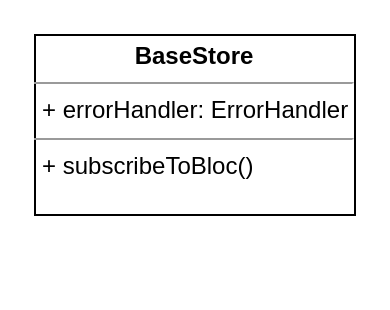
Above: feature/base_store.drawio in ShiryaevNikolay/diagrams (draw.io), before the change. Source tidied: cells renumbered, new cells numbered last; positions are measured from the earlier drawing's top-left corner, leaving out a move shared by most shapes. Both pictures are drawn from the tidied source at 200%, with x=0, y=0 at pixel (34, 34).
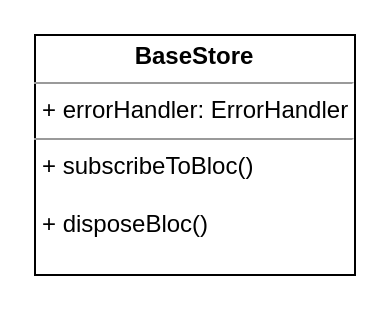
The same page after the edit.

What changed in the source:
```diff
@@
 <mxGraphModel>
   <root>
     <mxCell id="0" />
     <mxCell id="1" parent="0" />
-    <mxCell id="2" value="&lt;p style=&quot;margin: 0px ; margin-top: 4px ; text-align: center&quot;&gt;&lt;b&gt;BaseStore&lt;/b&gt;&lt;/p&gt;&lt;hr size=&quot;1&quot;&gt;&lt;p style=&quot;margin: 0px ; margin-left: 4px&quot;&gt;+ errorHandler: ErrorHandler&lt;/p&gt;&lt;hr size=&quot;1&quot;&gt;&lt;p style=&quot;margin: 0px ; margin-left: 4px&quot;&gt;+ subscribeToBloc()&lt;br&gt;&lt;/p&gt;" style="verticalAlign=top;align=left;overflow=fill;fontSize=12;fontFamily=Helvetica;html=1;" parent="1" vertex="1">
-      <mxGeometry width="160" height="90" as="geometry" />
+    <mxCell id="2" value="&lt;p style=&quot;margin: 0px ; margin-top: 4px ; text-align: center&quot;&gt;&lt;b&gt;BaseStore&lt;/b&gt;&lt;/p&gt;&lt;hr size=&quot;1&quot;&gt;&lt;p style=&quot;margin: 0px ; margin-left: 4px&quot;&gt;+ errorHandler: ErrorHandler&lt;/p&gt;&lt;hr size=&quot;1&quot;&gt;&lt;p style=&quot;margin: 0px ; margin-left: 4px&quot;&gt;+ subscribeToBloc()&lt;/p&gt;&lt;p style=&quot;margin: 0px ; margin-left: 4px&quot;&gt;&lt;br&gt;&lt;/p&gt;&lt;p style=&quot;margin: 0px ; margin-left: 4px&quot;&gt;+ disposeBloc()&lt;br&gt;&lt;/p&gt;" style="verticalAlign=top;align=left;overflow=fill;fontSize=12;fontFamily=Helvetica;html=1;" parent="1" vertex="1">
+      <mxGeometry width="160" height="120" as="geometry" />
     </mxCell>
   </root>
 </mxGraphModel>
```
